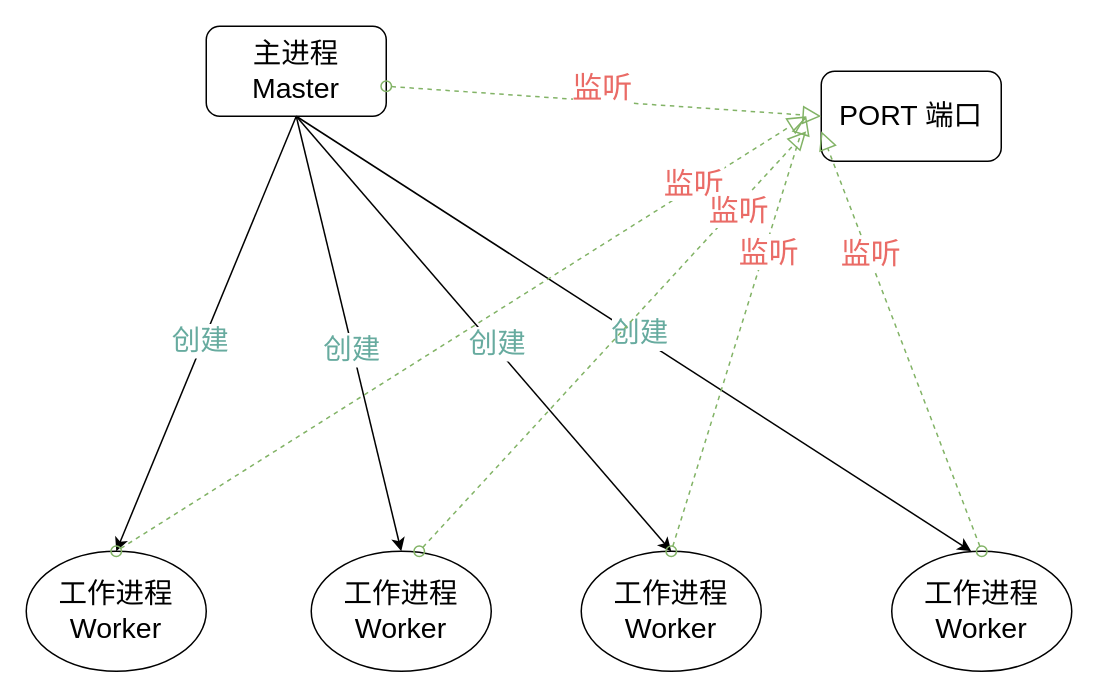
This is pf-node/child_process/02/share-listen-socket.drawio from NiLinli/learn-web, a draw.io file, before an edit. Source tidied: cells renumbered, new cells numbered last; positions are measured from the earlier drawing's top-left corner, leaving out a move shared by most shapes. Both pictures are drawn from the tidied source at 150%, with x=0, y=0 at pixel (26, 26).
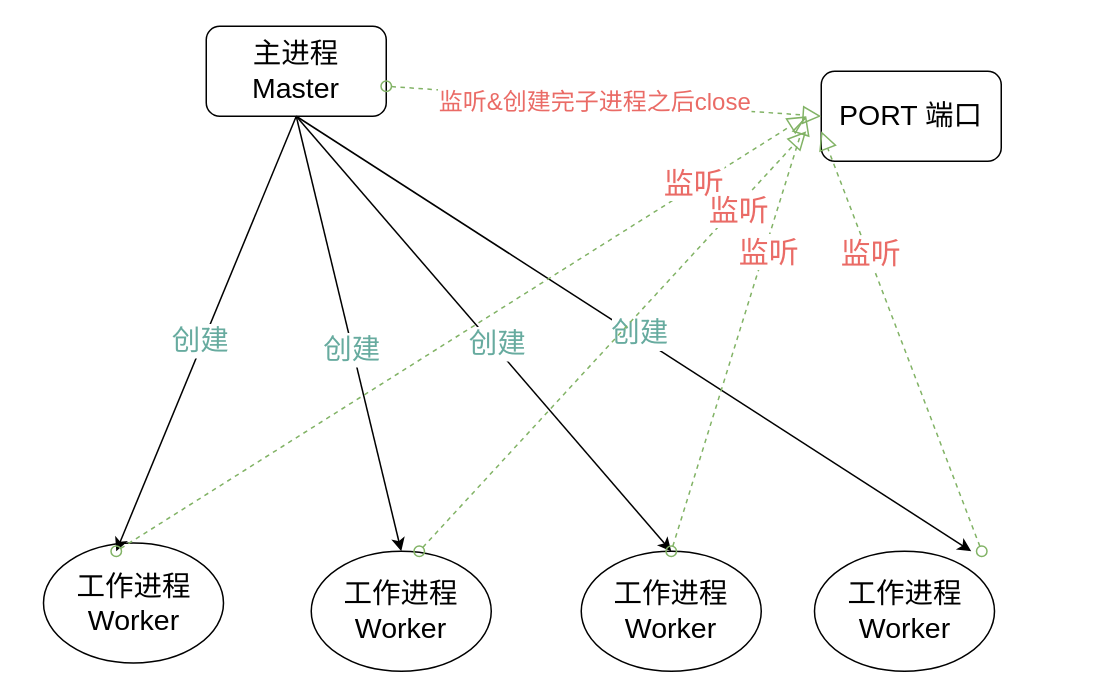
Above is the later version.

The change refers to these unchanged cells:
```xml
<mxCell id="2" value="主进程 Master" style="rounded=1;whiteSpace=wrap;html=1;fontSize=19;" parent="1" vertex="1">
  <mxGeometry x="120" width="120" height="60" as="geometry" />
</mxCell>
<mxCell id="16" style="startArrow=oval;startFill=0;startSize=7;endArrow=block;endFill=0;endSize=10;dashed=1;html=1;fillColor=#d5e8d4;strokeColor=#82b366;entryX=0;entryY=0.5;entryDx=0;entryDy=0;" parent="1" edge="1" target="15">
  <mxGeometry relative="1" as="geometry">
    <mxPoint x="240" y="40" as="sourcePoint" />
  </mxGeometry>
</mxCell>
```

What changed in the source:
```diff
@@
     <mxCell id="3" value="工作进程Worker" style="ellipse;whiteSpace=wrap;html=1;fontSize=19;" parent="1" vertex="1">
-      <mxGeometry y="350" width="120" height="80" as="geometry" />
+      <mxGeometry x="11.5" y="344.5" width="120" height="80" as="geometry" />
     </mxCell>
@@
     <mxCell id="6" value="&lt;span style=&quot;font-size: 19px ; white-space: normal&quot;&gt;工作进程Worker&lt;/span&gt;" style="ellipse;whiteSpace=wrap;html=1;" parent="1" vertex="1">
-      <mxGeometry x="577" y="350" width="120" height="80" as="geometry" />
+      <mxGeometry x="525.5" y="350" width="120" height="80" as="geometry" />
     </mxCell>
-    <mxCell id="7" style="endArrow=classic;html=1;exitX=0.5;exitY=1;exitDx=0;exitDy=0;entryX=0.5;entryY=0;entryDx=0;entryDy=0;" parent="1" edge="1" source="2" target="3">
-      <mxGeometry relative="1" as="geometry" />
+    <mxCell id="7" style="endArrow=classic;html=1;exitX=0.5;exitY=1;exitDx=0;exitDy=0;entryX=0.5;entryY=0;entryDx=0;entryDy=0;" parent="1" edge="1" source="2">
+      <mxGeometry relative="1" as="geometry">
+        <mxPoint x="60" y="350" as="targetPoint" />
+      </mxGeometry>
     </mxCell>
@@
-    <mxCell id="17" value="监听" style="text;html=1;align=center;verticalAlign=middle;labelBackgroundColor=#ffffff;fontColor=#EA6B66;fontSize=20;" parent="16" vertex="1">
+    <mxCell id="17" value="监听&amp;amp;创建完子进程之后close" style="text;html=1;align=center;verticalAlign=middle;labelBackgroundColor=#ffffff;fontColor=#EA6B66;fontSize=16;" parent="16" vertex="1">
       <mxGeometry x="-0.02" y="-4" relative="1" as="geometry">
-        <mxPoint x="2.5" y="-14" as="offset" />
+        <mxPoint x="-2.5" y="-4" as="offset" />
       </mxGeometry>
     </mxCell>
@@
-    <mxCell id="22" style="startArrow=oval;startFill=0;startSize=7;endArrow=block;endFill=0;endSize=10;dashed=1;html=1;fillColor=#d5e8d4;strokeColor=#82b366;exitX=0.5;exitY=0;exitDx=0;exitDy=0;" parent="1" edge="1" source="6">
+    <mxCell id="22" style="startArrow=oval;startFill=0;startSize=7;endArrow=block;endFill=0;endSize=10;dashed=1;html=1;fillColor=#d5e8d4;strokeColor=#82b366;exitX=0.5;exitY=0;exitDx=0;exitDy=0;" parent="1" edge="1">
       <mxGeometry relative="1" as="geometry">
+        <mxPoint x="637" y="350" as="sourcePoint" />
         <mxPoint x="530" y="70" as="targetPoint" />
       </mxGeometry>
     </mxCell>
```
